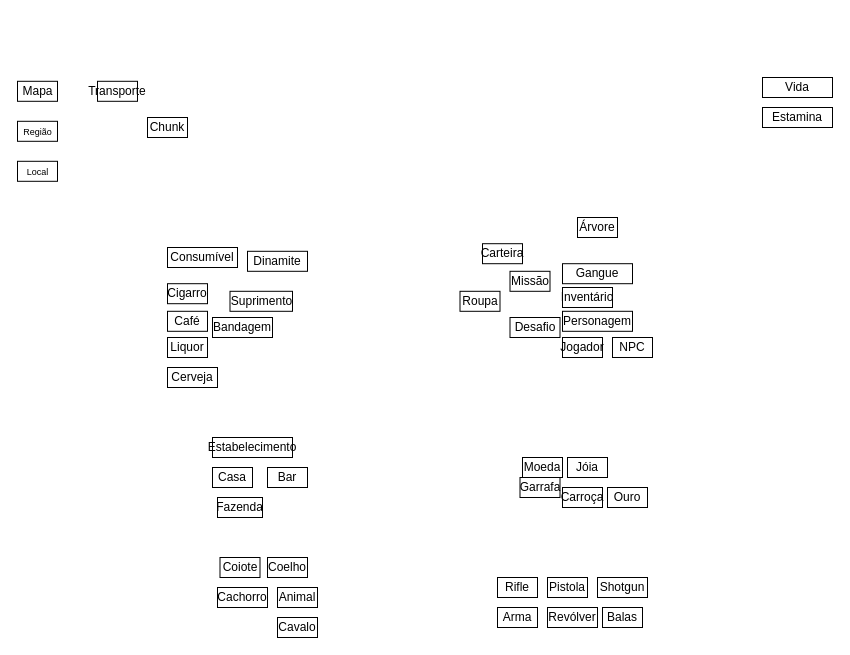
Above: assets/img/Untitled Diagram.drawio in SBD1/2024.1-Red_Dead_Redemption2 (draw.io), before the change. Source tidied: cells renumbered, new cells numbered last; positions are measured from the earlier drawing's top-left corner, leaving out a move shared by most shapes. Both pictures are drawn from the tidied source at 100%, with x=0, y=0 at pixel (17, 77).
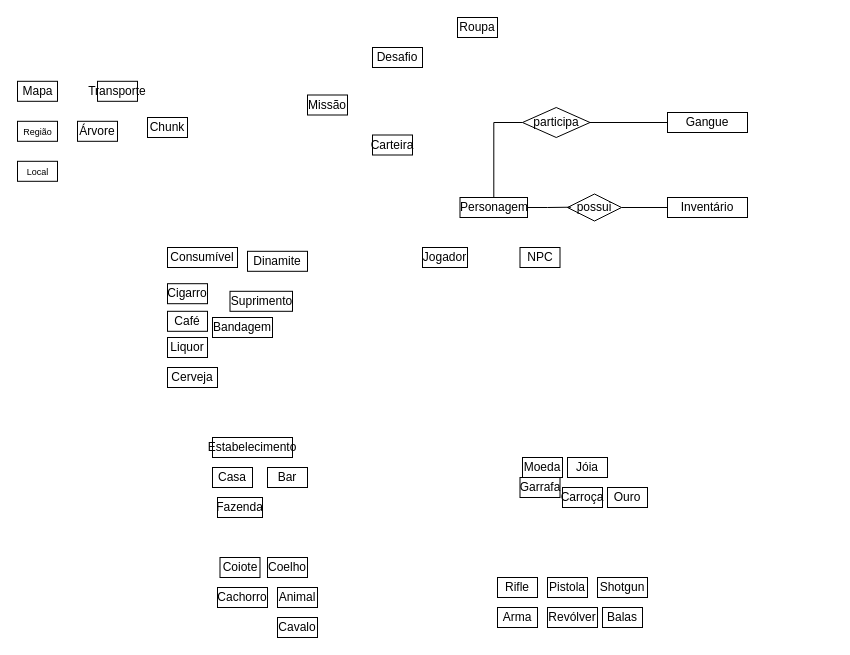
The same page after the edit.

Change to the diagram source:
```diff
@@
+    <mxCell id="50" style="edgeStyle=orthogonalEdgeStyle;rounded=0;jettySize=auto;html=1;entryX=0;entryY=0.5;entryDx=0;entryDy=0;endArrow=none;endFill=0;" parent="1" edge="1" source="5" target="55">
+      <mxGeometry relative="1" as="geometry" />
+    </mxCell>
     <mxCell id="5" value="Personagem" style="whiteSpace=wrap;html=1;" parent="1" vertex="1">
-      <mxGeometry x="545" y="233.8" width="70" height="20" as="geometry" />
+      <mxGeometry x="442.5" y="120" width="67.5" height="20" as="geometry" />
     </mxCell>
@@
     <mxCell id="7" value="Árvore" style="whiteSpace=wrap;html=1;" parent="1" vertex="1">
-      <mxGeometry x="560" y="140" width="40" height="20" as="geometry" />
+      <mxGeometry x="60" y="43.8" width="40" height="20" as="geometry" />
     </mxCell>
@@
     <mxCell id="24" value="NPC" style="whiteSpace=wrap;html=1;" parent="1" vertex="1">
-      <mxGeometry x="595" y="260" width="40" height="20" as="geometry" />
+      <mxGeometry x="502.5" y="170" width="40" height="20" as="geometry" />
     </mxCell>
@@
     <mxCell id="28" value="Gangue" style="whiteSpace=wrap;html=1;" parent="1" vertex="1">
-      <mxGeometry x="545" y="186.2" width="70" height="20" as="geometry" />
+      <mxGeometry x="650" y="35" width="80" height="20" as="geometry" />
     </mxCell>
     <mxCell id="29" value="Carteira" style="whiteSpace=wrap;html=1;" parent="1" vertex="1">
-      <mxGeometry x="465" y="166.2" width="40" height="20" as="geometry" />
+      <mxGeometry x="355" y="57.5" width="40" height="20" as="geometry" />
     </mxCell>
@@
-    <mxCell id="36" value="Vida" style="whiteSpace=wrap;html=1;" parent="1" vertex="1">
-      <mxGeometry x="745" width="70" height="20" as="geometry" />
-    </mxCell>
-    <mxCell id="37" value="Estamina" style="whiteSpace=wrap;html=1;" parent="1" vertex="1">
-      <mxGeometry x="745" y="30" width="70" height="20" as="geometry" />
-    </mxCell>
@@
     <mxCell id="39" value="Missão" style="whiteSpace=wrap;html=1;" parent="1" vertex="1">
-      <mxGeometry x="492.5" y="193.8" width="40" height="20" as="geometry" />
+      <mxGeometry x="290" y="17.5" width="40" height="20" as="geometry" />
     </mxCell>
     <mxCell id="40" value="Inventário" style="whiteSpace=wrap;html=1;" parent="1" vertex="1">
-      <mxGeometry x="545" y="210" width="50" height="20" as="geometry" />
+      <mxGeometry x="650" y="120" width="80" height="20" as="geometry" />
     </mxCell>
     <mxCell id="41" value="Desafio" style="whiteSpace=wrap;html=1;" parent="1" vertex="1">
-      <mxGeometry x="492.5" y="240" width="50" height="20" as="geometry" />
+      <mxGeometry x="355" y="-30" width="50" height="20" as="geometry" />
     </mxCell>
     <mxCell id="42" value="Jogador" style="whiteSpace=wrap;html=1;" parent="1" vertex="1">
-      <mxGeometry x="545" y="260" width="40" height="20" as="geometry" />
+      <mxGeometry x="405" y="170" width="45" height="20" as="geometry" />
     </mxCell>
     <mxCell id="43" value="Roupa" style="whiteSpace=wrap;html=1;" parent="1" vertex="1">
-      <mxGeometry x="442.5" y="213.8" width="40" height="20" as="geometry" />
+      <mxGeometry x="440" y="-60" width="40" height="20" as="geometry" />
     </mxCell>
@@
+    <mxCell id="51" style="edgeStyle=orthogonalEdgeStyle;rounded=0;jettySize=auto;html=1;exitX=1;exitY=0.5;exitDx=0;exitDy=0;entryX=0;entryY=0.5;entryDx=0;entryDy=0;endArrow=none;endFill=0;" parent="1" edge="1" source="52" target="40">
+      <mxGeometry relative="1" as="geometry" />
+    </mxCell>
+    <mxCell id="52" value="possui" style="rhombus;whiteSpace=wrap;html=1;" parent="1" vertex="1">
+      <mxGeometry x="550" y="116.5" width="54" height="27" as="geometry" />
+    </mxCell>
+    <mxCell id="53" style="edgeStyle=orthogonalEdgeStyle;rounded=0;jettySize=auto;html=1;exitX=1;exitY=0.5;exitDx=0;exitDy=0;entryX=0.067;entryY=0.489;entryDx=0;entryDy=0;entryPerimeter=0;endArrow=none;endFill=0;" parent="1" edge="1" source="5" target="52">
+      <mxGeometry relative="1" as="geometry" />
+    </mxCell>
+    <mxCell id="54" style="edgeStyle=orthogonalEdgeStyle;rounded=0;jettySize=auto;html=1;endArrow=none;endFill=0;" parent="1" edge="1" source="55" target="28">
+      <mxGeometry relative="1" as="geometry" />
+    </mxCell>
+    <mxCell id="55" value="participa" style="rhombus;whiteSpace=wrap;html=1;" parent="1" vertex="1">
+      <mxGeometry x="505" y="30" width="67.5" height="30" as="geometry" />
+    </mxCell>
```
